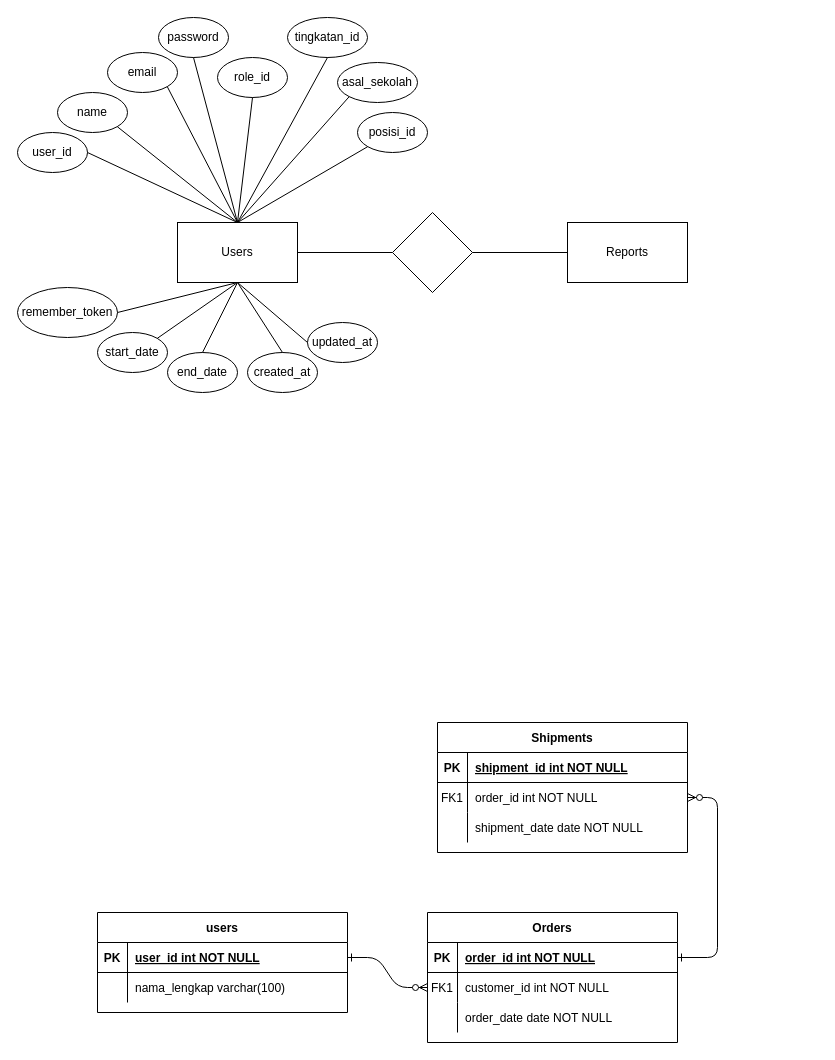
This is page "Page-1" (1 of 2) of ERD_MonitoringMagang.drawio from niflAkuy/MonitoringMagang, a draw.io file, before an edit. Source tidied: cells renumbered, new cells numbered last; positions are measured from the earlier drawing's top-left corner, leaving out a move shared by most shapes. Both pictures are drawn from the tidied source at 100%, with x=0, y=0 at pixel (17, 17).
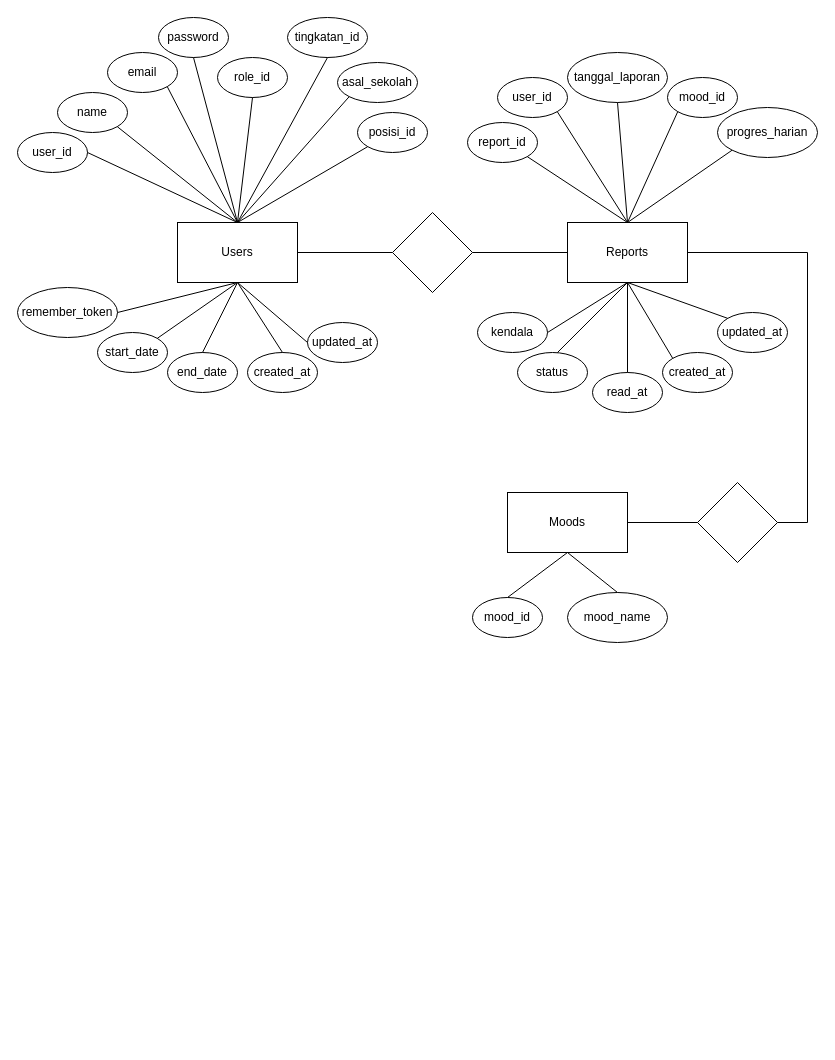
Above is the later version.

Unchanged cells that the change refers to:
```xml
<mxCell id="34" value="Reports" style="rounded=0;whiteSpace=wrap;html=1;" parent="1" vertex="1">
  <mxGeometry x="550" y="205" width="120" height="60" as="geometry" />
</mxCell>
```

Diff of the diagram source:
```diff
@@
-    <mxCell id="2" style="edgeStyle=entityRelationEdgeStyle;endArrow=ERzeroToMany;startArrow=ERone;endFill=1;startFill=0;" parent="1" edge="1" source="25" target="8">
-      <mxGeometry relative="1" as="geometry" />
-    </mxCell>
-    <mxCell id="3" style="edgeStyle=entityRelationEdgeStyle;endArrow=ERzeroToMany;startArrow=ERone;endFill=1;startFill=0;" parent="1" edge="1" source="5" target="18">
-      <mxGeometry relative="1" as="geometry" />
-    </mxCell>
-    <mxCell id="4" value="Orders" style="shape=table;startSize=30;childLayout=tableLayout;rowLines=0;fontStyle=1;align=center;" parent="1" vertex="1">
-      <mxGeometry x="410" y="895" width="250" height="130" as="geometry" />
-    </mxCell>
-    <mxCell id="5" style="shape=partialRectangle;fillColor=none;points=[[0,0.5],[1,0.5]];portConstraint=eastwest;top=0;left=0;right=0;bottom=1;" parent="4" vertex="1">
-      <mxGeometry y="30" width="250" height="30" as="geometry" />
-    </mxCell>
-    <mxCell id="6" value="PK" style="shape=partialRectangle;overflow=hidden;fillColor=none;top=0;left=0;bottom=0;right=0;fontStyle=1;" parent="5" vertex="1">
-      <mxGeometry width="30" height="30" as="geometry" />
-    </mxCell>
-    <mxCell id="7" value="order_id int NOT NULL " style="shape=partialRectangle;overflow=hidden;fillColor=none;top=0;left=0;bottom=0;right=0;align=left;spacingLeft=6;fontStyle=5;" parent="5" vertex="1">
-      <mxGeometry x="30" width="220" height="30" as="geometry" />
-    </mxCell>
-    <mxCell id="8" style="shape=partialRectangle;fillColor=none;points=[[0,0.5],[1,0.5]];portConstraint=eastwest;top=0;left=0;right=0;bottom=0;" parent="4" vertex="1">
-      <mxGeometry y="60" width="250" height="30" as="geometry" />
-    </mxCell>
-    <mxCell id="9" value="FK1" style="shape=partialRectangle;overflow=hidden;fillColor=none;top=0;left=0;bottom=0;right=0;" parent="8" vertex="1">
-      <mxGeometry width="30" height="30" as="geometry" />
-    </mxCell>
-    <mxCell id="10" value="customer_id int NOT NULL" style="shape=partialRectangle;overflow=hidden;fillColor=none;top=0;left=0;bottom=0;right=0;align=left;spacingLeft=6;" parent="8" vertex="1">
-      <mxGeometry x="30" width="220" height="30" as="geometry" />
-    </mxCell>
-    <mxCell id="11" style="shape=partialRectangle;fillColor=none;top=0;left=0;right=0;bottom=0;" parent="4" vertex="1">
-      <mxGeometry y="90" width="250" height="30" as="geometry" />
-    </mxCell>
-    <mxCell id="12" style="shape=partialRectangle;overflow=hidden;fillColor=none;top=0;left=0;bottom=0;right=0;" parent="11" vertex="1">
-      <mxGeometry width="30" height="30" as="geometry" />
-    </mxCell>
-    <mxCell id="13" value="order_date date NOT NULL" style="shape=partialRectangle;overflow=hidden;fillColor=none;top=0;left=0;bottom=0;right=0;align=left;spacingLeft=6;" parent="11" vertex="1">
-      <mxGeometry x="30" width="220" height="30" as="geometry" />
-    </mxCell>
-    <mxCell id="14" value="Shipments" style="shape=table;startSize=30;childLayout=tableLayout;rowLines=0;fontStyle=1;align=center;" parent="1" vertex="1">
-      <mxGeometry x="420" y="705" width="250" height="130" as="geometry" />
-    </mxCell>
-    <mxCell id="15" style="shape=partialRectangle;fillColor=none;top=0;left=0;right=0;bottom=1;" parent="14" vertex="1">
-      <mxGeometry y="30" width="250" height="30" as="geometry" />
-    </mxCell>
-    <mxCell id="16" value="PK" style="shape=partialRectangle;overflow=hidden;fillColor=none;top=0;left=0;bottom=0;right=0;fontStyle=1;" parent="15" vertex="1">
-      <mxGeometry width="30" height="30" as="geometry" />
-    </mxCell>
-    <mxCell id="17" value="shipment_id int NOT NULL " style="shape=partialRectangle;overflow=hidden;fillColor=none;top=0;left=0;bottom=0;right=0;align=left;spacingLeft=6;fontStyle=5;" parent="15" vertex="1">
-      <mxGeometry x="30" width="220" height="30" as="geometry" />
-    </mxCell>
-    <mxCell id="18" style="shape=partialRectangle;fillColor=none;points=[[0,0.5],[1,0.5]];portConstraint=eastwest;top=0;left=0;right=0;bottom=0;" parent="14" vertex="1">
-      <mxGeometry y="60" width="250" height="30" as="geometry" />
-    </mxCell>
-    <mxCell id="19" value="FK1" style="shape=partialRectangle;overflow=hidden;fillColor=none;top=0;left=0;bottom=0;right=0;" parent="18" vertex="1">
-      <mxGeometry width="30" height="30" as="geometry" />
-    </mxCell>
-    <mxCell id="20" value="order_id int NOT NULL" style="shape=partialRectangle;overflow=hidden;fillColor=none;top=0;left=0;bottom=0;right=0;align=left;spacingLeft=6;" parent="18" vertex="1">
-      <mxGeometry x="30" width="220" height="30" as="geometry" />
-    </mxCell>
-    <mxCell id="21" style="shape=partialRectangle;fillColor=none;top=0;left=0;right=0;bottom=0;" parent="14" vertex="1">
-      <mxGeometry y="90" width="250" height="30" as="geometry" />
-    </mxCell>
-    <mxCell id="22" style="shape=partialRectangle;overflow=hidden;fillColor=none;top=0;left=0;bottom=0;right=0;" parent="21" vertex="1">
-      <mxGeometry width="30" height="30" as="geometry" />
-    </mxCell>
-    <mxCell id="23" value="shipment_date date NOT NULL" style="shape=partialRectangle;overflow=hidden;fillColor=none;top=0;left=0;bottom=0;right=0;align=left;spacingLeft=6;" parent="21" vertex="1">
-      <mxGeometry x="30" width="220" height="30" as="geometry" />
-    </mxCell>
-    <mxCell id="24" value="users" style="shape=table;startSize=30;childLayout=tableLayout;rowLines=0;fontStyle=1;align=center;" parent="1" vertex="1">
-      <mxGeometry x="80" y="895" width="250" height="100" as="geometry" />
-    </mxCell>
-    <mxCell id="25" style="shape=partialRectangle;fillColor=none;points=[[0,0.5],[1,0.5]];portConstraint=eastwest;top=0;left=0;right=0;bottom=1;" parent="24" vertex="1">
-      <mxGeometry y="30" width="250" height="30" as="geometry" />
-    </mxCell>
-    <mxCell id="26" value="PK" style="shape=partialRectangle;overflow=hidden;fillColor=none;top=0;left=0;bottom=0;right=0;fontStyle=1;" parent="25" vertex="1">
-      <mxGeometry width="30" height="30" as="geometry" />
-    </mxCell>
-    <mxCell id="27" value="user_id int NOT NULL " style="shape=partialRectangle;overflow=hidden;fillColor=none;top=0;left=0;bottom=0;right=0;align=left;spacingLeft=6;fontStyle=5;" parent="25" vertex="1">
-      <mxGeometry x="30" width="220" height="30" as="geometry" />
-    </mxCell>
-    <mxCell id="28" style="shape=partialRectangle;fillColor=none;top=0;left=0;right=0;bottom=0;" parent="24" vertex="1">
-      <mxGeometry y="60" width="250" height="30" as="geometry" />
-    </mxCell>
-    <mxCell id="29" style="shape=partialRectangle;overflow=hidden;fillColor=none;top=0;left=0;bottom=0;right=0;" parent="28" vertex="1">
-      <mxGeometry width="30" height="30" as="geometry" />
-    </mxCell>
-    <mxCell id="30" value="nama_lengkap varchar(100)" style="shape=partialRectangle;overflow=hidden;fillColor=none;top=0;left=0;bottom=0;right=0;align=left;spacingLeft=6;" parent="28" vertex="1">
-      <mxGeometry x="30" width="220" height="30" as="geometry" />
-    </mxCell>
@@
+    <mxCell id="62" value="report_id" style="ellipse;whiteSpace=wrap;html=1;" parent="1" vertex="1">
+      <mxGeometry x="450" y="105" width="70" height="40" as="geometry" />
+    </mxCell>
+    <mxCell id="63" value="user_id" style="ellipse;whiteSpace=wrap;html=1;" parent="1" vertex="1">
+      <mxGeometry x="480" y="60" width="70" height="40" as="geometry" />
+    </mxCell>
+    <mxCell id="64" value="tanggal_laporan" style="ellipse;whiteSpace=wrap;html=1;" parent="1" vertex="1">
+      <mxGeometry x="550" y="35" width="100" height="50" as="geometry" />
+    </mxCell>
+    <mxCell id="65" value="progres_harian" style="ellipse;whiteSpace=wrap;html=1;" parent="1" vertex="1">
+      <mxGeometry x="700" y="90" width="100" height="50" as="geometry" />
+    </mxCell>
+    <mxCell id="66" value="mood_id" style="ellipse;whiteSpace=wrap;html=1;" parent="1" vertex="1">
+      <mxGeometry x="650" y="60" width="70" height="40" as="geometry" />
+    </mxCell>
+    <mxCell id="67" value="kendala" style="ellipse;whiteSpace=wrap;html=1;" parent="1" vertex="1">
+      <mxGeometry x="460" y="295" width="70" height="40" as="geometry" />
+    </mxCell>
+    <mxCell id="68" value="status" style="ellipse;whiteSpace=wrap;html=1;" parent="1" vertex="1">
+      <mxGeometry x="500" y="335" width="70" height="40" as="geometry" />
+    </mxCell>
+    <mxCell id="69" value="read_at" style="ellipse;whiteSpace=wrap;html=1;" parent="1" vertex="1">
+      <mxGeometry x="575" y="355" width="70" height="40" as="geometry" />
+    </mxCell>
+    <mxCell id="70" value="updated_at" style="ellipse;whiteSpace=wrap;html=1;" parent="1" vertex="1">
+      <mxGeometry x="700" y="295" width="70" height="40" as="geometry" />
+    </mxCell>
+    <mxCell id="71" value="created_at" style="ellipse;whiteSpace=wrap;html=1;" parent="1" vertex="1">
+      <mxGeometry x="645" y="335" width="70" height="40" as="geometry" />
+    </mxCell>
+    <mxCell id="72" style="endArrow=none;html=1;rounded=0;entryX=1;entryY=1;entryDx=0;entryDy=0;exitX=0.5;exitY=0;exitDx=0;exitDy=0;" parent="1" edge="1" source="34" target="62">
+      <mxGeometry relative="1" as="geometry" />
+    </mxCell>
+    <mxCell id="73" style="endArrow=none;html=1;rounded=0;entryX=1;entryY=1;entryDx=0;entryDy=0;exitX=0.5;exitY=0;exitDx=0;exitDy=0;" parent="1" edge="1" source="34" target="63">
+      <mxGeometry relative="1" as="geometry" />
+    </mxCell>
+    <mxCell id="74" style="endArrow=none;html=1;rounded=0;entryX=0.5;entryY=1;entryDx=0;entryDy=0;exitX=0.5;exitY=0;exitDx=0;exitDy=0;" parent="1" edge="1" source="34" target="64">
+      <mxGeometry relative="1" as="geometry" />
+    </mxCell>
+    <mxCell id="75" style="endArrow=none;html=1;rounded=0;entryX=0;entryY=1;entryDx=0;entryDy=0;exitX=0.5;exitY=0;exitDx=0;exitDy=0;" parent="1" edge="1" source="34" target="66">
+      <mxGeometry relative="1" as="geometry" />
+    </mxCell>
+    <mxCell id="76" style="endArrow=none;html=1;rounded=0;entryX=0;entryY=1;entryDx=0;entryDy=0;exitX=0.5;exitY=0;exitDx=0;exitDy=0;" parent="1" edge="1" source="34" target="65">
+      <mxGeometry relative="1" as="geometry" />
+    </mxCell>
+    <mxCell id="77" style="endArrow=none;html=1;rounded=0;entryX=0;entryY=0;entryDx=0;entryDy=0;exitX=0.5;exitY=1;exitDx=0;exitDy=0;" parent="1" edge="1" source="34" target="70">
+      <mxGeometry relative="1" as="geometry" />
+    </mxCell>
+    <mxCell id="78" style="endArrow=none;html=1;rounded=0;exitX=0;exitY=0;exitDx=0;exitDy=0;entryX=0.5;entryY=1;entryDx=0;entryDy=0;" parent="1" edge="1" source="71" target="34">
+      <mxGeometry relative="1" as="geometry" />
+    </mxCell>
+    <mxCell id="79" style="endArrow=none;html=1;rounded=0;entryX=0.5;entryY=0;entryDx=0;entryDy=0;exitX=0.5;exitY=1;exitDx=0;exitDy=0;" parent="1" edge="1" source="34" target="69">
+      <mxGeometry relative="1" as="geometry" />
+    </mxCell>
+    <mxCell id="80" style="endArrow=none;html=1;rounded=0;entryX=0.571;entryY=0;entryDx=0;entryDy=0;entryPerimeter=0;exitX=0.5;exitY=1;exitDx=0;exitDy=0;" parent="1" edge="1" source="34" target="68">
+      <mxGeometry relative="1" as="geometry" />
+    </mxCell>
+    <mxCell id="81" style="endArrow=none;html=1;rounded=0;entryX=0.5;entryY=1;entryDx=0;entryDy=0;exitX=1;exitY=0.5;exitDx=0;exitDy=0;" parent="1" edge="1" source="67" target="34">
+      <mxGeometry relative="1" as="geometry" />
+    </mxCell>
+    <mxCell id="82" value="Moods" style="rounded=0;whiteSpace=wrap;html=1;" parent="1" vertex="1">
+      <mxGeometry x="490" y="475" width="120" height="60" as="geometry" />
+    </mxCell>
+    <mxCell id="83" style="rhombus;whiteSpace=wrap;html=1;" parent="1" vertex="1">
+      <mxGeometry x="680" y="465" width="80" height="80" as="geometry" />
+    </mxCell>
+    <mxCell id="84" style="endArrow=none;html=1;rounded=0;edgeStyle=orthogonalEdgeStyle;exitX=1;exitY=0.5;exitDx=0;exitDy=0;entryX=1;entryY=0.5;entryDx=0;entryDy=0;" parent="1" edge="1" source="83" target="34">
+      <mxGeometry relative="1" as="geometry">
+        <Array as="points">
+          <mxPoint x="790" y="505" />
+          <mxPoint x="790" y="235" />
+        </Array>
+      </mxGeometry>
+    </mxCell>
+    <mxCell id="85" style="endArrow=none;html=1;rounded=0;entryX=0;entryY=0.5;entryDx=0;entryDy=0;exitX=1;exitY=0.5;exitDx=0;exitDy=0;" parent="1" edge="1" source="82" target="83">
+      <mxGeometry relative="1" as="geometry" />
+    </mxCell>
+    <mxCell id="86" value="mood_id" style="ellipse;whiteSpace=wrap;html=1;" parent="1" vertex="1">
+      <mxGeometry x="455" y="580" width="70" height="40" as="geometry" />
+    </mxCell>
+    <mxCell id="87" value="mood_name" style="ellipse;whiteSpace=wrap;html=1;" parent="1" vertex="1">
+      <mxGeometry x="550" y="575" width="100" height="50" as="geometry" />
+    </mxCell>
+    <mxCell id="88" style="endArrow=none;html=1;rounded=0;entryX=0.5;entryY=1;entryDx=0;entryDy=0;exitX=0.5;exitY=0;exitDx=0;exitDy=0;" parent="1" edge="1" source="86" target="82">
+      <mxGeometry relative="1" as="geometry" />
+    </mxCell>
+    <mxCell id="89" style="endArrow=none;html=1;rounded=0;entryX=0.5;entryY=1;entryDx=0;entryDy=0;exitX=0.5;exitY=0;exitDx=0;exitDy=0;" parent="1" edge="1" source="87" target="82">
+      <mxGeometry relative="1" as="geometry" />
+    </mxCell>
```
